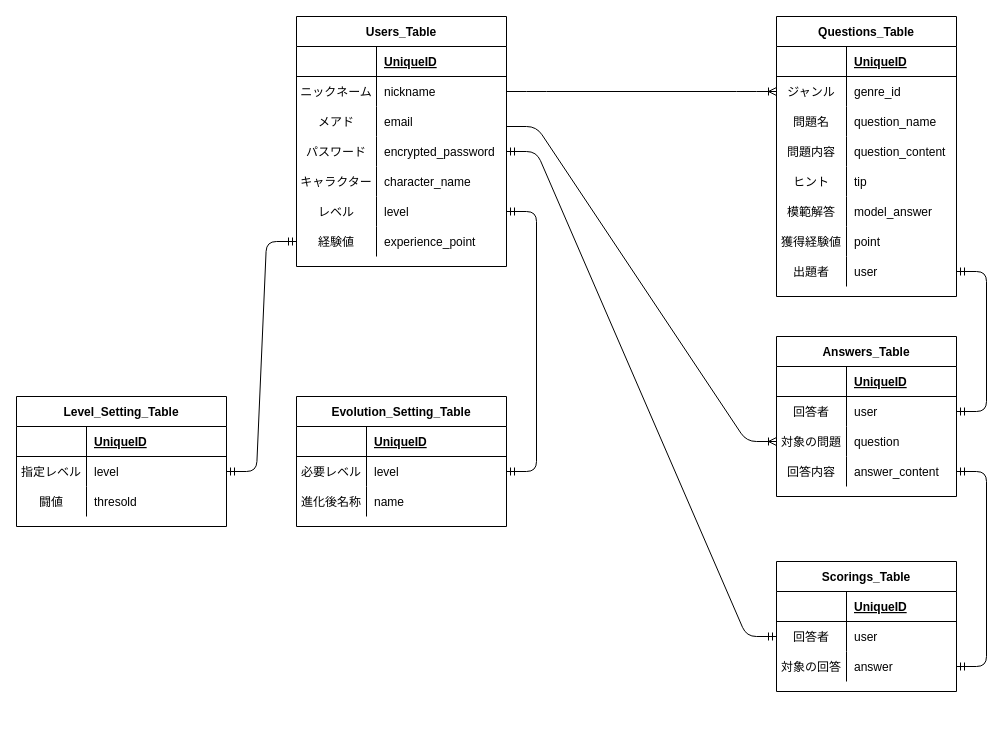
Above: spp_app.dio in naoyanman-hashimoto/spp_app (draw.io), before the change. Source tidied: cells renumbered, new cells numbered last; positions are measured from the earlier drawing's top-left corner, leaving out a move shared by most shapes. Both pictures are drawn from the tidied source at 100%, with x=0, y=0 at pixel (16, 16).
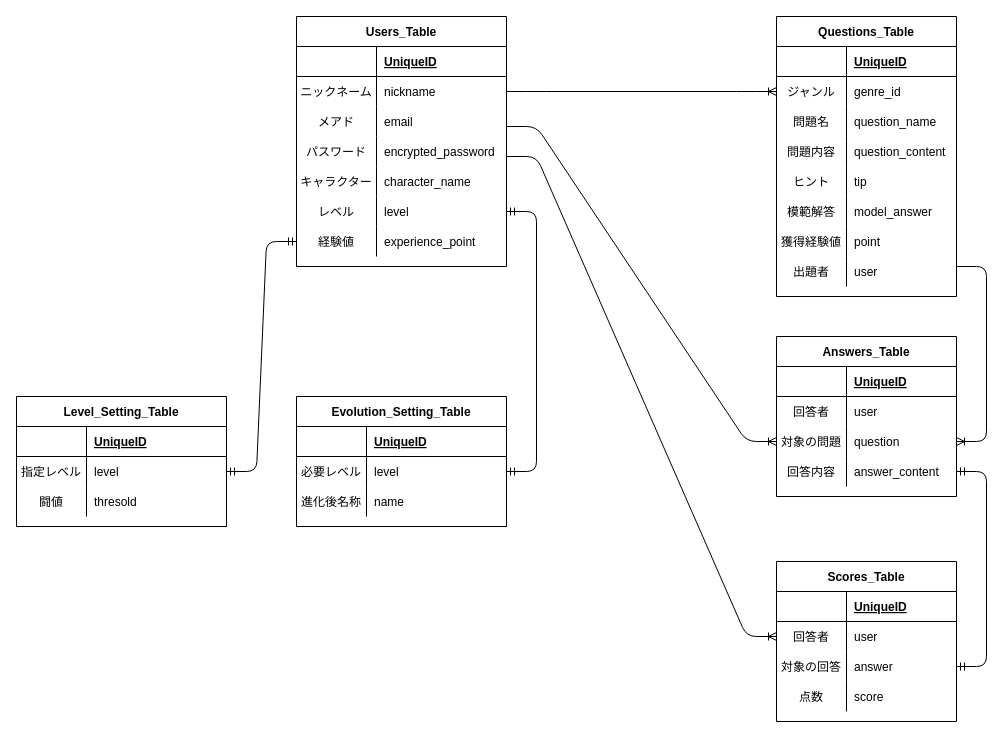
After the change.

Commit message (it also covers changes not shown here):
READMEとER図の修正

Unchanged cells that the change refers to:
```xml
<mxCell id="12" style="shape=partialRectangle;fillColor=none;top=0;left=0;bottom=0;right=0;points=[[0,0.5],[1,0.5]];portConstraint=eastwest;" parent="2" vertex="1">
  <mxGeometry y="120" width="210" height="30" as="geometry" />
</mxCell>
<mxCell id="46" style="shape=partialRectangle;fillColor=none;top=0;left=0;bottom=0;right=0;points=[[0,0.5],[1,0.5]];portConstraint=eastwest;" parent="24" vertex="1">
  <mxGeometry y="240" width="180" height="30" as="geometry" />
</mxCell>
<mxCell id="53" style="shape=partialRectangle;fillColor=none;top=0;left=0;bottom=0;right=0;points=[[0,0.5],[1,0.5]];portConstraint=eastwest;" parent="49" vertex="1">
  <mxGeometry y="60" width="180" height="30" as="geometry" />
</mxCell>
<mxCell id="56" style="shape=partialRectangle;fillColor=none;top=0;left=0;bottom=0;right=0;points=[[0,0.5],[1,0.5]];portConstraint=eastwest;" parent="49" vertex="1">
  <mxGeometry y="90" width="180" height="30" as="geometry" />
</mxCell>
<mxCell id="86" style="shape=partialRectangle;fillColor=none;top=0;left=0;bottom=0;right=0;points=[[0,0.5],[1,0.5]];portConstraint=eastwest;" parent="82" vertex="1">
  <mxGeometry y="60" width="180" height="30" as="geometry" />
</mxCell>
```

Diff of the diagram source:
```diff
@@
-    <mxCell id="82" value="Scorings_Table" style="shape=table;startSize=30;childLayout=tableLayout;rowLines=0;fontStyle=1;align=center;" parent="1" vertex="1">
-      <mxGeometry x="760" y="545" width="180" height="130" as="geometry" />
+    <mxCell id="82" value="Scores_Table" style="shape=table;startSize=30;childLayout=tableLayout;rowLines=0;fontStyle=1;align=center;" parent="1" vertex="1">
+      <mxGeometry x="760" y="545" width="180" height="160" as="geometry" />
     </mxCell>
@@
+    <mxCell id="99" style="shape=partialRectangle;fillColor=none;top=0;left=0;bottom=0;right=0;" parent="82" vertex="1">
+      <mxGeometry y="120" width="180" height="30" as="geometry" />
+    </mxCell>
+    <mxCell id="100" value="点数" style="shape=partialRectangle;fillColor=none;top=0;left=0;bottom=0;right=0;overflow=hidden;" parent="99" vertex="1">
+      <mxGeometry width="70" height="30" as="geometry" />
+    </mxCell>
+    <mxCell id="101" value="score" style="shape=partialRectangle;fillColor=none;top=0;left=0;bottom=0;right=0;align=left;spacingLeft=6;overflow=hidden;" parent="99" vertex="1">
+      <mxGeometry x="70" width="110" height="30" as="geometry" />
+    </mxCell>
@@
-    <mxCell id="95" style="edgeStyle=entityRelationEdgeStyle;fontSize=12;html=1;endArrow=ERmandOne;startArrow=ERmandOne;exitX=1;exitY=0.5;exitDx=0;exitDy=0;entryX=1;entryY=0.5;entryDx=0;entryDy=0;" parent="1" edge="1" source="53" target="46">
-      <mxGeometry relative="1" as="geometry" />
-    </mxCell>
@@
-    <mxCell id="98" style="edgeStyle=entityRelationEdgeStyle;fontSize=12;html=1;endArrow=ERmandOne;startArrow=ERmandOne;exitX=0;exitY=0.5;exitDx=0;exitDy=0;entryX=1;entryY=0.5;entryDx=0;entryDy=0;" parent="1" edge="1" source="86" target="12">
-      <mxGeometry relative="1" as="geometry" />
-    </mxCell>
+    <mxCell id="102" style="edgeStyle=entityRelationEdgeStyle;fontSize=12;html=1;endArrow=ERoneToMany;entryX=1;entryY=0.5;entryDx=0;entryDy=0;" parent="1" edge="1" target="56">
+      <mxGeometry relative="1" as="geometry">
+        <mxPoint x="940" y="250" as="sourcePoint" />
+      </mxGeometry>
+    </mxCell>
+    <mxCell id="103" style="edgeStyle=entityRelationEdgeStyle;fontSize=12;html=1;endArrow=ERoneToMany;entryX=0;entryY=0.5;entryDx=0;entryDy=0;" parent="1" edge="1" target="86">
+      <mxGeometry relative="1" as="geometry">
+        <mxPoint x="490" y="140" as="sourcePoint" />
+      </mxGeometry>
+    </mxCell>
```
